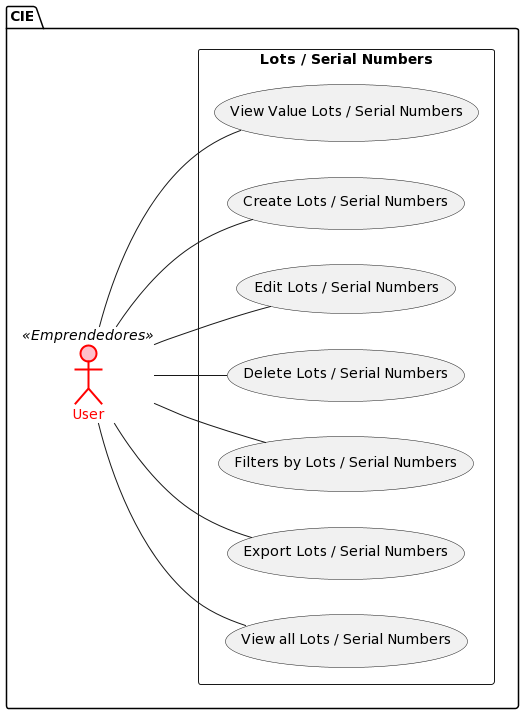
Before: assets/domain-model/out/LotsAndSerialNumbers.png, a diagram exported from PlantUML (CIE-UPB/docs).
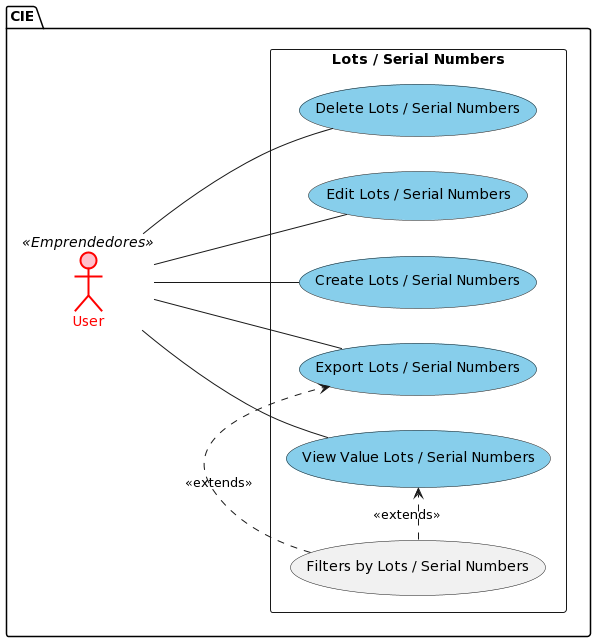
After the commit.

Change to the diagram source:
```diff
@@ -5,21 +5,20 @@
     actor "User" as user <<Emprendedores>> #pink;line:red;line.bold;text:red
 
     rectangle "Lots / Serial Numbers" as lots {
-        usecase "View Value Lots / Serial Numbers"
-        usecase "Create Lots / Serial Numbers"
-        usecase "Edit Lots / Serial Numbers"
-        usecase "Delete Lots / Serial Numbers"
-        usecase "Filters by Lots / Serial Numbers"
-        usecase "Export Lots / Serial Numbers"
-        usecase "View all Lots / Serial Numbers"
+        usecase "View Value Lots / Serial Numbers" as VS #SkyBlue
+        usecase "Filters by Lots / Serial Numbers" as FS
+        usecase "Export Lots / Serial Numbers" as ES #SkyBlue
+        usecase "Create Lots / Serial Numbers" #SkyBlue
+        usecase "Edit Lots / Serial Numbers" #SkyBlue
+        usecase "Delete Lots / Serial Numbers" #SkyBlue
     }
 
-    user -- (View Value Lots / Serial Numbers)
+    user -- VS
     user -- (Create Lots / Serial Numbers)
     user -- (Edit Lots / Serial Numbers)
     user -- (Delete Lots / Serial Numbers)
-    user -- (Filters by Lots / Serial Numbers)
-    user -- (Export Lots / Serial Numbers)
-    user -- (View all Lots / Serial Numbers)
+    user -- ES
+    FS .> VS : <<extends>>
+    FS .> ES : <<extends>>
 }
 @enduml
```
